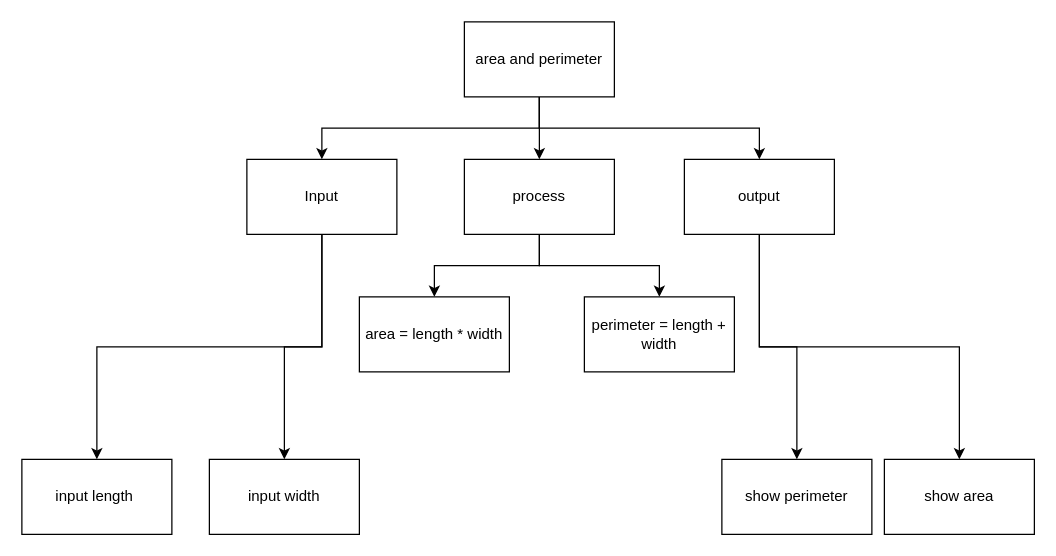
The draw.io diagram plan.drawio in devin-jhu/ICS3U-Unit2-02-Python, before the edit. Source tidied: cells renumbered, new cells numbered last; positions are measured from the earlier drawing's top-left corner, leaving out a move shared by most shapes. Both pictures are drawn from the tidied source at 125%, with x=0, y=0 at pixel (21, 21).
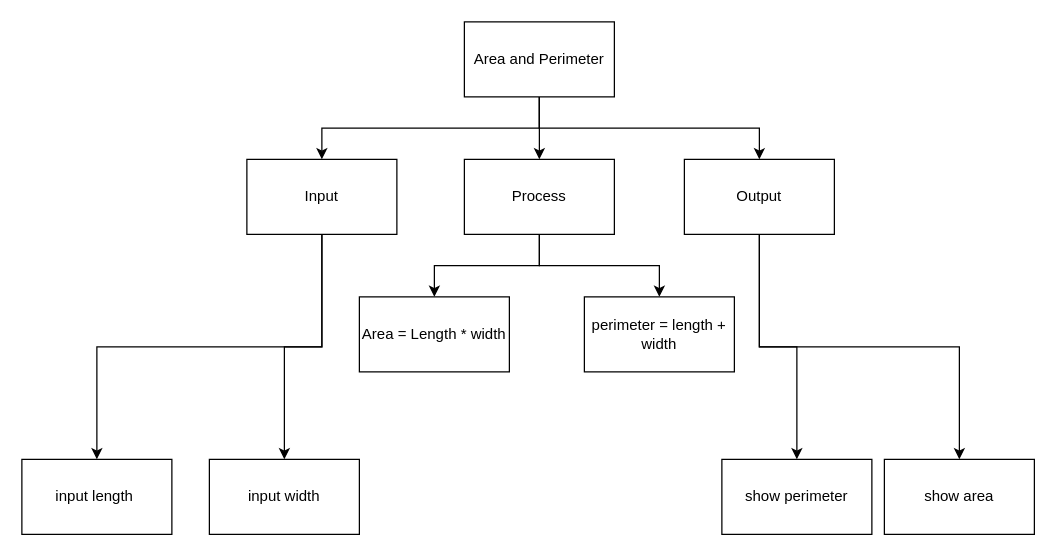
After the change.

What changed in the source:
```diff
@@
-    <mxCell id="5" value="area and perimeter" style="rounded=0;whiteSpace=wrap;html=1;" parent="1" vertex="1">
+    <mxCell id="5" value="Area and Perimeter" style="rounded=0;whiteSpace=wrap;html=1;" parent="1" vertex="1">
       <mxGeometry x="354" width="120" height="60" as="geometry" />
     </mxCell>
@@
-    <mxCell id="11" value="process" style="rounded=0;whiteSpace=wrap;html=1;" parent="1" vertex="1">
+    <mxCell id="11" value="Process" style="rounded=0;whiteSpace=wrap;html=1;" parent="1" vertex="1">
       <mxGeometry x="354" y="110" width="120" height="60" as="geometry" />
     </mxCell>
@@
-    <mxCell id="14" value="output" style="rounded=0;whiteSpace=wrap;html=1;" parent="1" vertex="1">
+    <mxCell id="14" value="Output" style="rounded=0;whiteSpace=wrap;html=1;" parent="1" vertex="1">
       <mxGeometry x="530" y="110" width="120" height="60" as="geometry" />
     </mxCell>
@@
-    <mxCell id="16" value="area = length * width" style="rounded=0;whiteSpace=wrap;html=1;" parent="1" vertex="1">
+    <mxCell id="16" value="Area = Length * width" style="rounded=0;whiteSpace=wrap;html=1;" parent="1" vertex="1">
       <mxGeometry x="270" y="220" width="120" height="60" as="geometry" />
     </mxCell>
```
